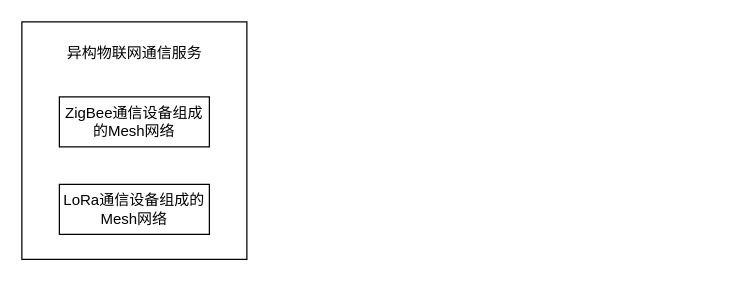
This is 后期论文.drawio from AkiraZheng/diagrams, a draw.io file, before an edit. Source tidied: cells renumbered, new cells numbered last; positions are measured from the earlier drawing's top-left corner, leaving out a move shared by most shapes. Both pictures are drawn from the tidied source at 125%, with x=0, y=0 at pixel (21, 21).
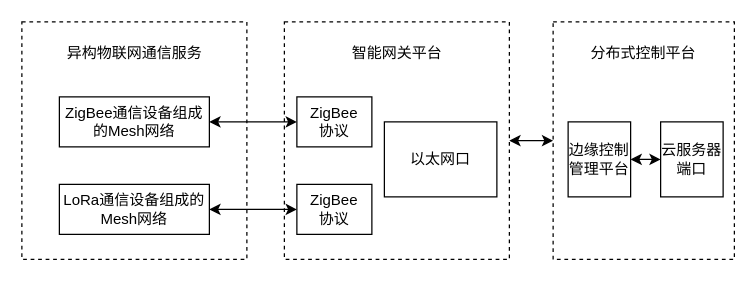
The same page after the edit.

Commit message (it also covers changes not shown here):
更新后期论文.drawio

Unchanged cells that the change refers to:
```xml
<mxCell id="4" value="ZigBee通信设备组成的Mesh网络" style="rounded=0;whiteSpace=wrap;html=1;" parent="1" vertex="1">
  <mxGeometry x="30" y="60" width="120" height="40" as="geometry" />
</mxCell>
<mxCell id="5" value="LoRa通信设备组成的Mesh网络" style="rounded=0;whiteSpace=wrap;html=1;" parent="1" vertex="1">
  <mxGeometry x="30" y="130" width="120" height="40" as="geometry" />
</mxCell>
```

Change to the diagram source:
```diff
@@
-    <mxCell id="2" style="rounded=0;whiteSpace=wrap;html=1;" parent="1" vertex="1">
+    <mxCell id="2" style="rounded=0;whiteSpace=wrap;html=1;dashed=1;" parent="1" vertex="1">
       <mxGeometry width="180" height="190" as="geometry" />
     </mxCell>
@@
+    <mxCell id="6" style="rounded=0;whiteSpace=wrap;html=1;dashed=1;" parent="1" vertex="1">
+      <mxGeometry x="210" width="180" height="190" as="geometry" />
+    </mxCell>
+    <mxCell id="7" value="智能网关平台" style="text;html=1;strokeColor=none;fillColor=none;align=center;verticalAlign=middle;whiteSpace=wrap;rounded=0;" parent="1" vertex="1">
+      <mxGeometry x="242.5" y="10" width="115" height="30" as="geometry" />
+    </mxCell>
+    <mxCell id="8" style="edgeStyle=orthogonalEdgeStyle;rounded=0;jettySize=auto;html=1;startArrow=classic;startFill=1;" parent="1" edge="1" source="9" target="4">
+      <mxGeometry relative="1" as="geometry" />
+    </mxCell>
+    <mxCell id="9" value="ZigBee&lt;br&gt;协议" style="rounded=0;whiteSpace=wrap;html=1;" parent="1" vertex="1">
+      <mxGeometry x="220" y="60" width="60" height="40" as="geometry" />
+    </mxCell>
+    <mxCell id="10" style="edgeStyle=orthogonalEdgeStyle;rounded=0;jettySize=auto;html=1;startArrow=classic;startFill=1;" parent="1" edge="1" source="11" target="5">
+      <mxGeometry relative="1" as="geometry" />
+    </mxCell>
+    <mxCell id="11" value="ZigBee&lt;br&gt;协议" style="rounded=0;whiteSpace=wrap;html=1;" parent="1" vertex="1">
+      <mxGeometry x="220" y="130" width="60" height="40" as="geometry" />
+    </mxCell>
+    <mxCell id="12" value="以太网口" style="rounded=0;whiteSpace=wrap;html=1;" parent="1" vertex="1">
+      <mxGeometry x="290" y="80" width="90" height="60" as="geometry" />
+    </mxCell>
+    <mxCell id="13" style="edgeStyle=orthogonalEdgeStyle;rounded=0;jettySize=auto;html=1;entryX=1;entryY=0.5;entryDx=0;entryDy=0;startArrow=classic;startFill=1;" parent="1" edge="1" source="14" target="6">
+      <mxGeometry relative="1" as="geometry">
+        <Array as="points">
+          <mxPoint x="403" y="95" />
+          <mxPoint x="403" y="95" />
+        </Array>
+      </mxGeometry>
+    </mxCell>
+    <mxCell id="14" style="rounded=0;whiteSpace=wrap;html=1;dashed=1;" parent="1" vertex="1">
+      <mxGeometry x="425" width="145" height="190" as="geometry" />
+    </mxCell>
+    <mxCell id="15" value="分布式控制平台" style="text;html=1;strokeColor=none;fillColor=none;align=center;verticalAlign=middle;whiteSpace=wrap;rounded=0;" parent="1" vertex="1">
+      <mxGeometry x="440" y="10" width="115" height="30" as="geometry" />
+    </mxCell>
+    <mxCell id="16" value="边缘控制管理平台" style="rounded=0;whiteSpace=wrap;html=1;" parent="1" vertex="1">
+      <mxGeometry x="437" y="80" width="50" height="60" as="geometry" />
+    </mxCell>
+    <mxCell id="17" style="edgeStyle=orthogonalEdgeStyle;rounded=0;jettySize=auto;html=1;startArrow=classic;startFill=1;" parent="1" edge="1" source="18" target="16">
+      <mxGeometry relative="1" as="geometry" />
+    </mxCell>
+    <mxCell id="18" value="云服务器端口" style="rounded=0;whiteSpace=wrap;html=1;" parent="1" vertex="1">
+      <mxGeometry x="511" y="80" width="50" height="60" as="geometry" />
+    </mxCell>
```
